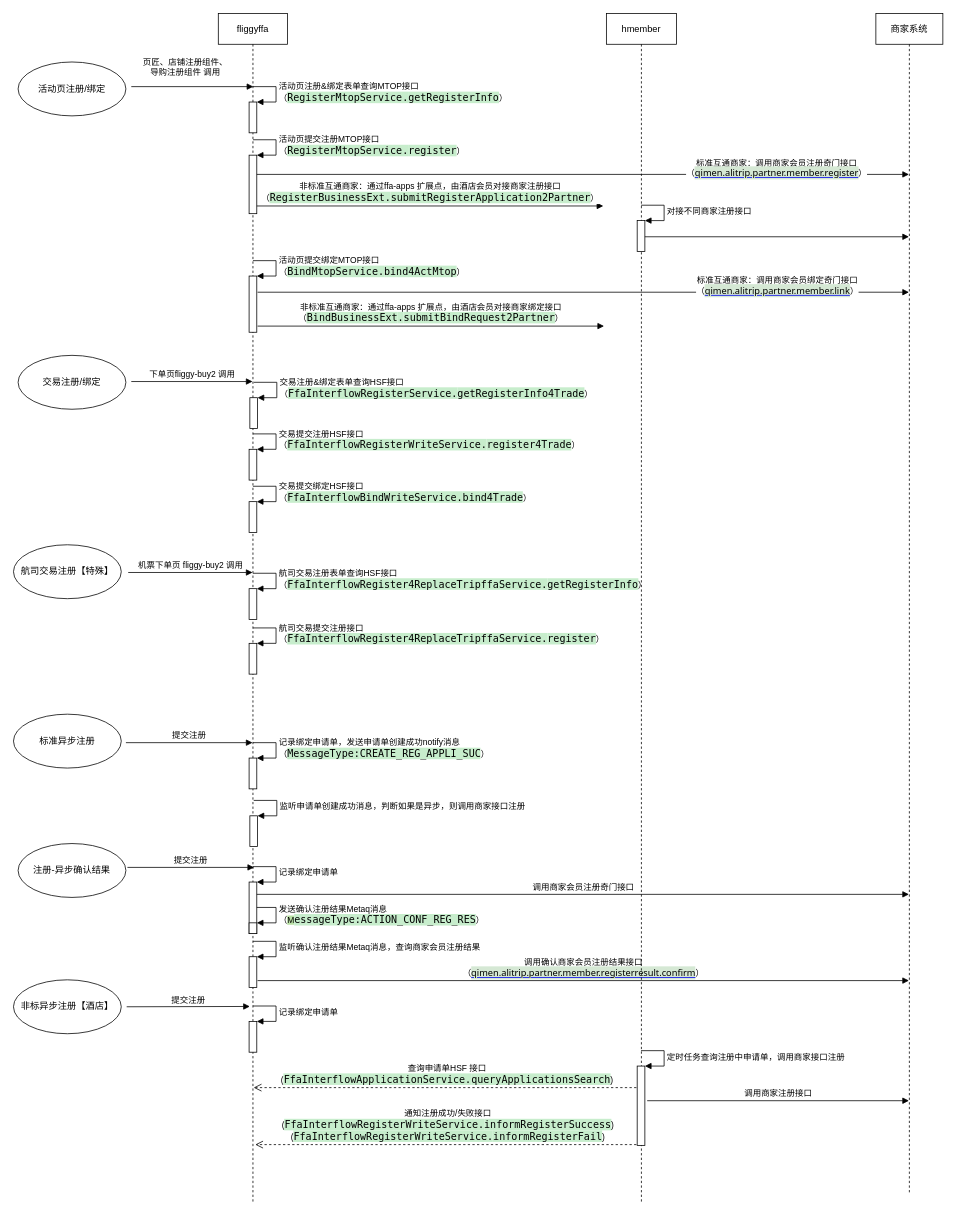
This is page "标准商家会员注册" (2 of 7) of 会员接口时序.drawio from renqiuming/drawio, a draw.io file, before an edit. Source tidied: cells renumbered, new cells numbered last; positions are measured from the earlier drawing's top-left corner, leaving out a move shared by most shapes. Both pictures are drawn from the tidied source at 77%, with x=0, y=0 at pixel (13, 13).
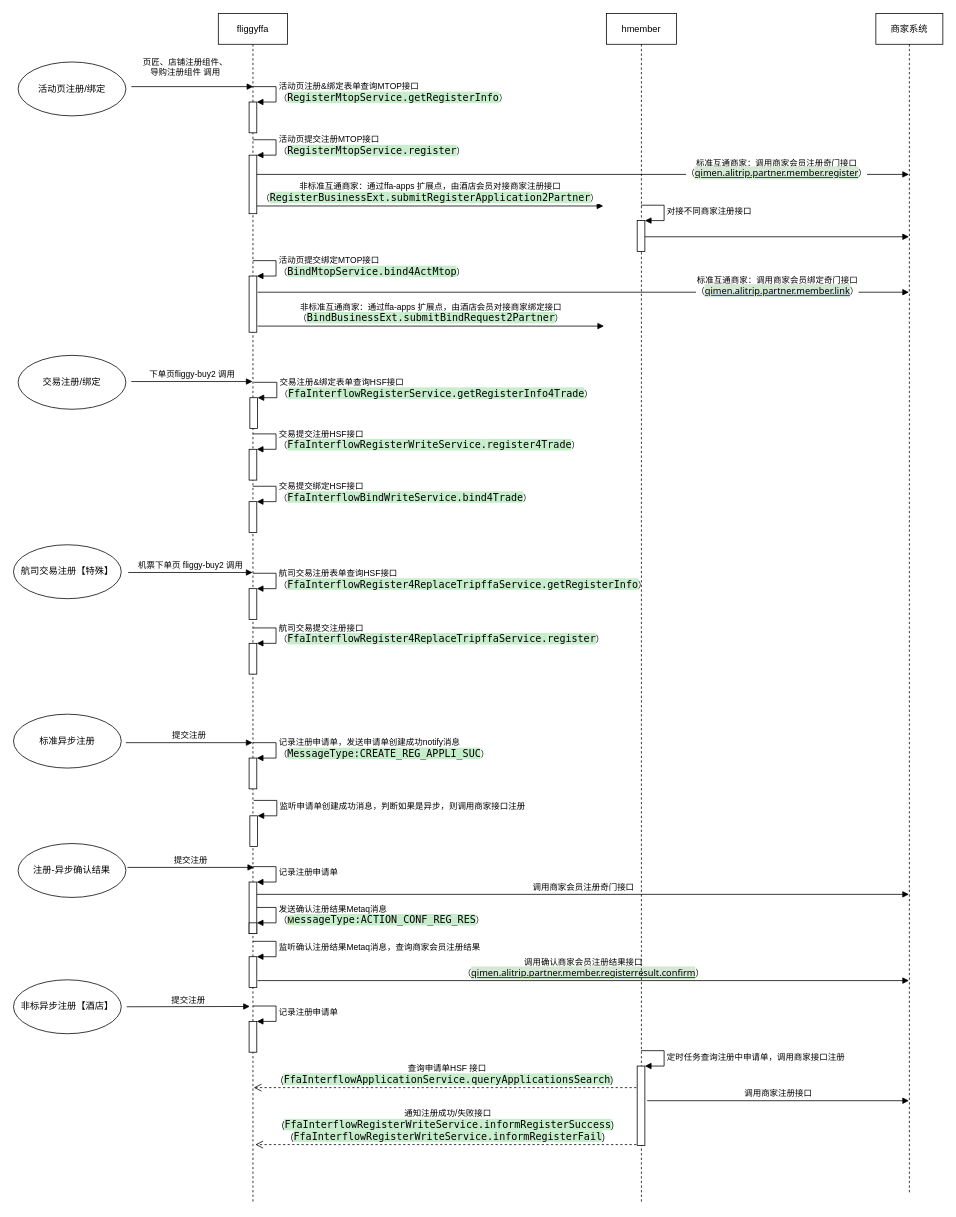
The same page after the edit.

Unchanged cells that the change refers to:
```xml
<mxCell id="2" value="fliggyffa" style="shape=umlLifeline;perimeter=lifelinePerimeter;whiteSpace=wrap;html=1;outlineConnect=0;" parent="1" vertex="1">
  <mxGeometry x="266" width="90" height="1545" as="geometry" />
</mxCell>
<mxCell id="19" style="html=1;points=[];perimeter=orthogonalPerimeter;" parent="2" vertex="1">
  <mxGeometry x="40" y="967" width="10" height="40" as="geometry" />
</mxCell>
<mxCell id="23" style="html=1;points=[];perimeter=orthogonalPerimeter;" parent="2" vertex="1">
  <mxGeometry x="40" y="1309" width="10" height="40" as="geometry" />
</mxCell>
<mxCell id="27" style="html=1;points=[];perimeter=orthogonalPerimeter;" parent="2" vertex="1">
  <mxGeometry x="40" y="1128" width="10" height="67" as="geometry" />
</mxCell>
```

The edit, as a diff of the source:
```diff
@@
-    <mxCell id="20" value="记录绑定申请单，发送申请单创建成功notify消息&lt;br&gt;（&lt;span style=&quot;background-color: rgb(199 , 237 , 204) ; font-family: &amp;#34;menlo&amp;#34; ; font-size: 9.8pt&quot;&gt;MessageType:&lt;/span&gt;&lt;span style=&quot;background-color: rgb(199 , 237 , 204) ; font-family: &amp;#34;menlo&amp;#34; ; font-size: 9.8pt&quot;&gt;CREATE_REG_APPLI_SUC&lt;/span&gt;）" style="edgeStyle=orthogonalEdgeStyle;html=1;align=left;spacingLeft=2;endArrow=block;rounded=0;entryX=1;entryY=0;" parent="2" edge="1" target="19">
+    <mxCell id="20" value="记录注册申请单，发送申请单创建成功notify消息&lt;br&gt;（&lt;span style=&quot;background-color: rgb(199 , 237 , 204) ; font-family: &amp;#34;menlo&amp;#34; ; font-size: 9.8pt&quot;&gt;MessageType:&lt;/span&gt;&lt;span style=&quot;background-color: rgb(199 , 237 , 204) ; font-family: &amp;#34;menlo&amp;#34; ; font-size: 9.8pt&quot;&gt;CREATE_REG_APPLI_SUC&lt;/span&gt;）" style="edgeStyle=orthogonalEdgeStyle;html=1;align=left;spacingLeft=2;endArrow=block;rounded=0;entryX=1;entryY=0;" parent="2" edge="1" target="19">
       <mxGeometry relative="1" as="geometry">
         <mxPoint x="45" y="947" as="sourcePoint" />
         <Array as="points">
           <mxPoint x="75" y="947" />
         </Array>
       </mxGeometry>
     </mxCell>
@@
-    <mxCell id="24" value="记录绑定申请单" style="edgeStyle=orthogonalEdgeStyle;html=1;align=left;spacingLeft=2;endArrow=block;rounded=0;entryX=1;entryY=0;" parent="2" edge="1" target="23">
+    <mxCell id="24" value="记录注册申请单" style="edgeStyle=orthogonalEdgeStyle;html=1;align=left;spacingLeft=2;endArrow=block;rounded=0;entryX=1;entryY=0;" parent="2" edge="1" target="23">
       <mxGeometry relative="1" as="geometry">
         <mxPoint x="45" y="1289" as="sourcePoint" />
         <Array as="points">
           <mxPoint x="75" y="1289" />
         </Array>
       </mxGeometry>
     </mxCell>
@@
-    <mxCell id="28" value="记录绑定申请单" style="edgeStyle=orthogonalEdgeStyle;html=1;align=left;spacingLeft=2;endArrow=block;rounded=0;entryX=1;entryY=0;" parent="2" edge="1" target="27">
+    <mxCell id="28" value="记录注册申请单" style="edgeStyle=orthogonalEdgeStyle;html=1;align=left;spacingLeft=2;endArrow=block;rounded=0;entryX=1;entryY=0;" parent="2" edge="1" target="27">
       <mxGeometry relative="1" as="geometry">
         <mxPoint x="45" y="1108" as="sourcePoint" />
         <Array as="points">
           <mxPoint x="75" y="1108" />
         </Array>
       </mxGeometry>
     </mxCell>
```
